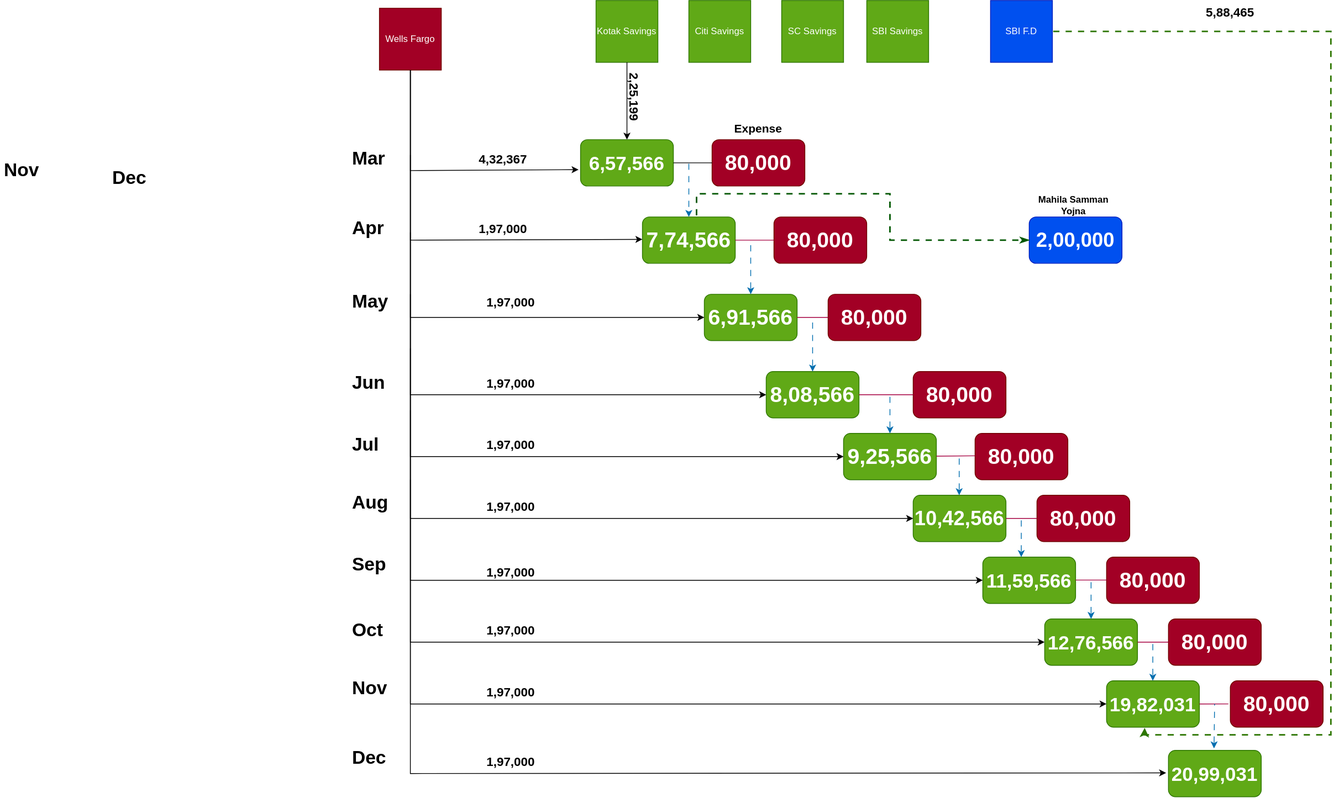
uchiharizvi/design-diagrams keeps this draw.io diagram as Investments.drawio.svg. Above is the earlier version. Source tidied: cells renumbered, new cells last; positions are measured from the earlier drawing's top-left corner, leaving out a move shared by most shapes.
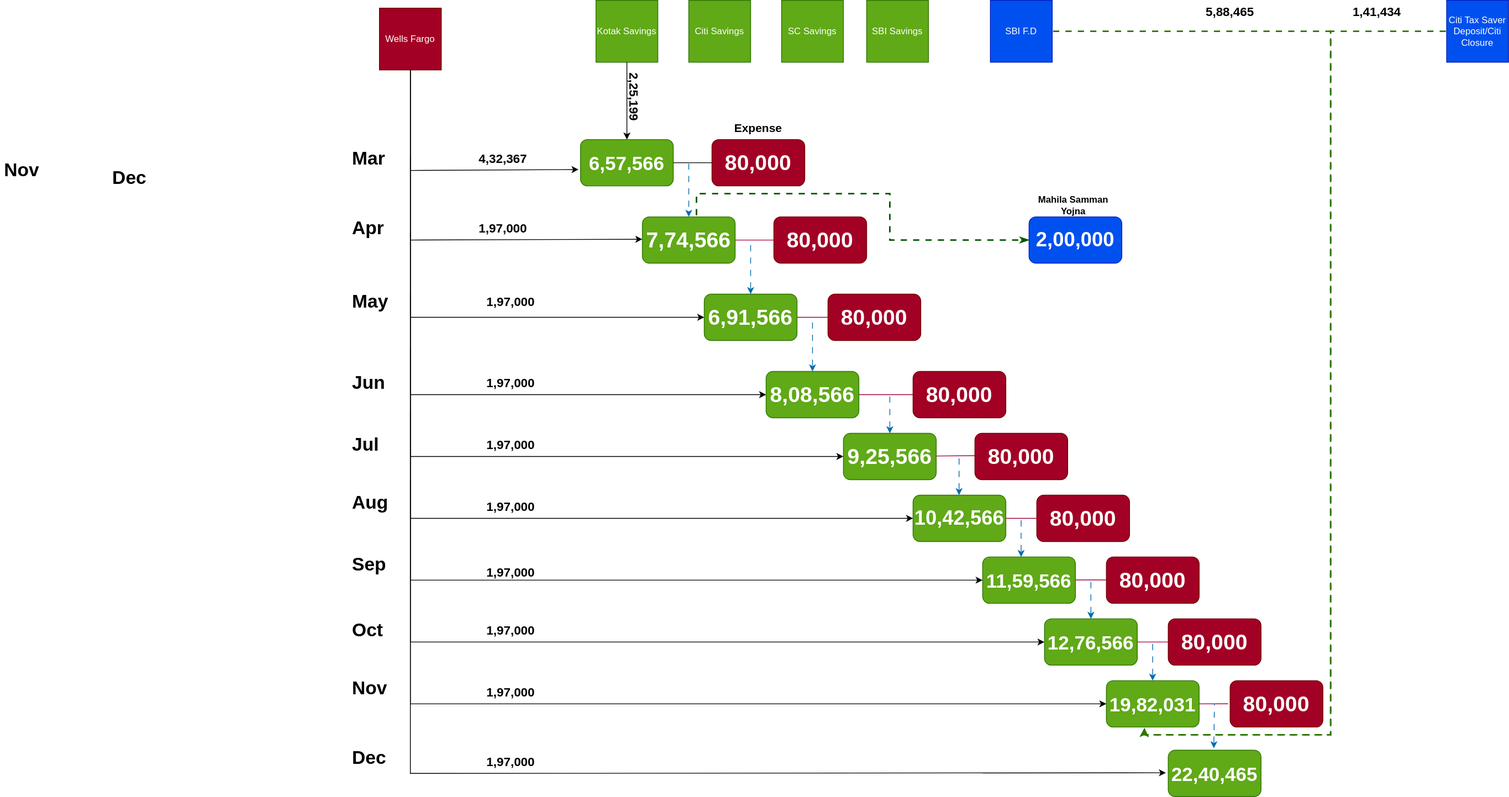
The same diagram one commit later.

Change to the diagram source:
```diff
@@ -335,7 +335,7 @@
         <mxPoint x="1550" y="910" as="sourcePoint" />
       </mxGeometry>
     </mxCell>
-    <mxCell id="80" value="&lt;font style=&quot;font-size: 25px;&quot;&gt;20,99,031&lt;/font&gt;" style="rounded=1;whiteSpace=wrap;html=1;fontStyle=1;fillColor=#60a917;fontColor=#ffffff;strokeColor=#2D7600;" parent="1" vertex="1">
+    <mxCell id="80" value="&lt;font style=&quot;font-size: 25px;&quot;&gt;22,40,465&lt;/font&gt;" style="rounded=1;whiteSpace=wrap;html=1;fontStyle=1;fillColor=#60a917;fontColor=#ffffff;strokeColor=#2D7600;" parent="1" vertex="1">
       <mxGeometry x="1510" y="970" width="120" height="60" as="geometry" />
     </mxCell>
     <mxCell id="81" style="endArrow=none;html=1;rounded=0;startArrow=classic;startFill=1;flowAnimation=1;fillColor=#1ba1e2;strokeColor=#006EAF;exitX=0.491;exitY=-0.042;exitDx=0;exitDy=0;exitPerimeter=0;" parent="1" edge="1" source="80">
@@ -357,5 +357,22 @@
     <mxCell id="84" value="&lt;h1&gt;Dec&lt;/h1&gt;" style="text;html=1;spacing=5;spacingTop=-20;whiteSpace=wrap;overflow=hidden;rounded=0;" parent="1" vertex="1">
       <mxGeometry x="450" y="960" width="110" height="40" as="geometry" />
     </mxCell>
+    <mxCell id="85" value="Citi Tax Saver Deposit/Citi Closure" style="whiteSpace=wrap;html=1;fillColor=#0050ef;fontColor=#ffffff;strokeColor=#001DBC;" parent="1" vertex="1">
+      <mxGeometry x="1870" width="80" height="80" as="geometry" />
+    </mxCell>
+    <mxCell id="86" style="endArrow=none;html=1;rounded=0;exitX=0;exitY=0.5;exitDx=0;exitDy=0;fillColor=#60a917;strokeColor=#2D7600;flowAnimation=1;strokeWidth=2;endFill=0;" parent="1" edge="1" source="85">
+      <mxGeometry relative="1" as="geometry">
+        <mxPoint x="1480" y="950" as="targetPoint" />
+        <Array as="points">
+          <mxPoint x="1720" y="40" />
+          <mxPoint x="1720" y="750" />
+          <mxPoint x="1720" y="950" />
+          <mxPoint x="1480" y="950" />
+        </Array>
+      </mxGeometry>
+    </mxCell>
+    <mxCell id="87" value="&lt;font style=&quot;font-size: 16px;&quot;&gt;1,41,434&lt;/font&gt;" style="text;html=1;align=center;verticalAlign=middle;whiteSpace=wrap;rounded=0;fontStyle=1;" parent="1" vertex="1">
+      <mxGeometry x="1750" width="60" height="30" as="geometry" />
+    </mxCell>
   </root>
 </mxGraphModel>
```
